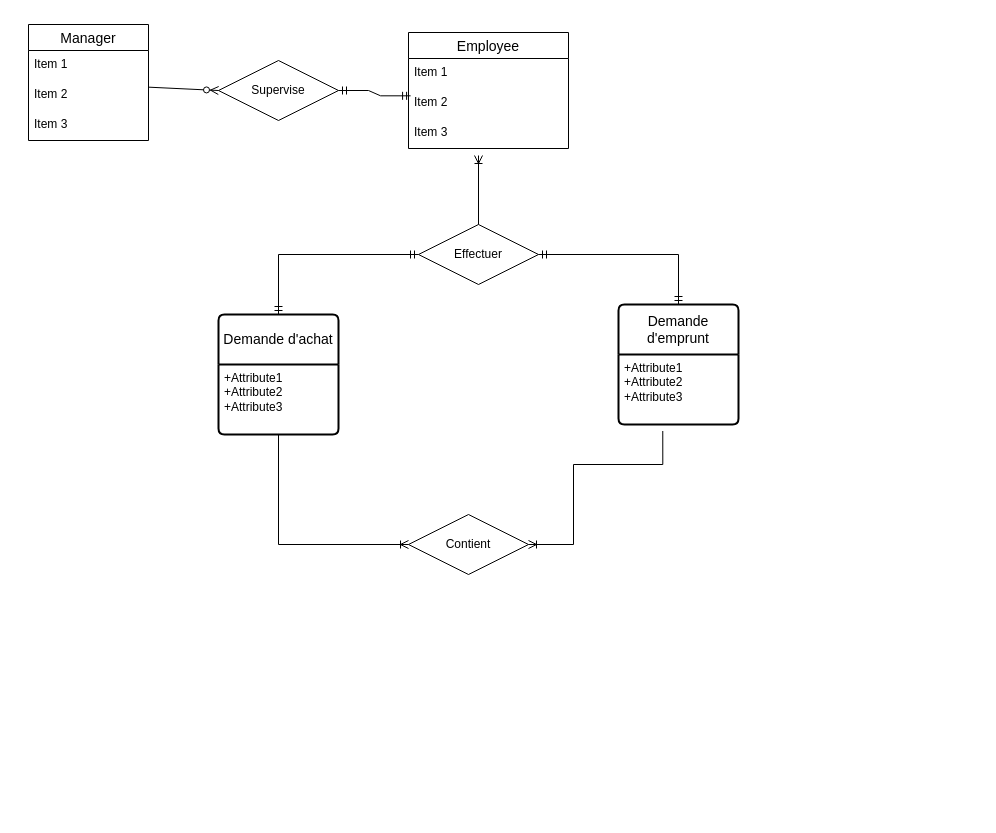
ManuSquall/analyzGraph keeps this draw.io diagram as use case.drawio. Above is the earlier version. Source tidied: cells renumbered, new cells numbered last; positions are measured from the earlier drawing's top-left corner, leaving out a move shared by most shapes. Both pictures are drawn from the tidied source at 100%, with x=0, y=0 at pixel (28, 24).
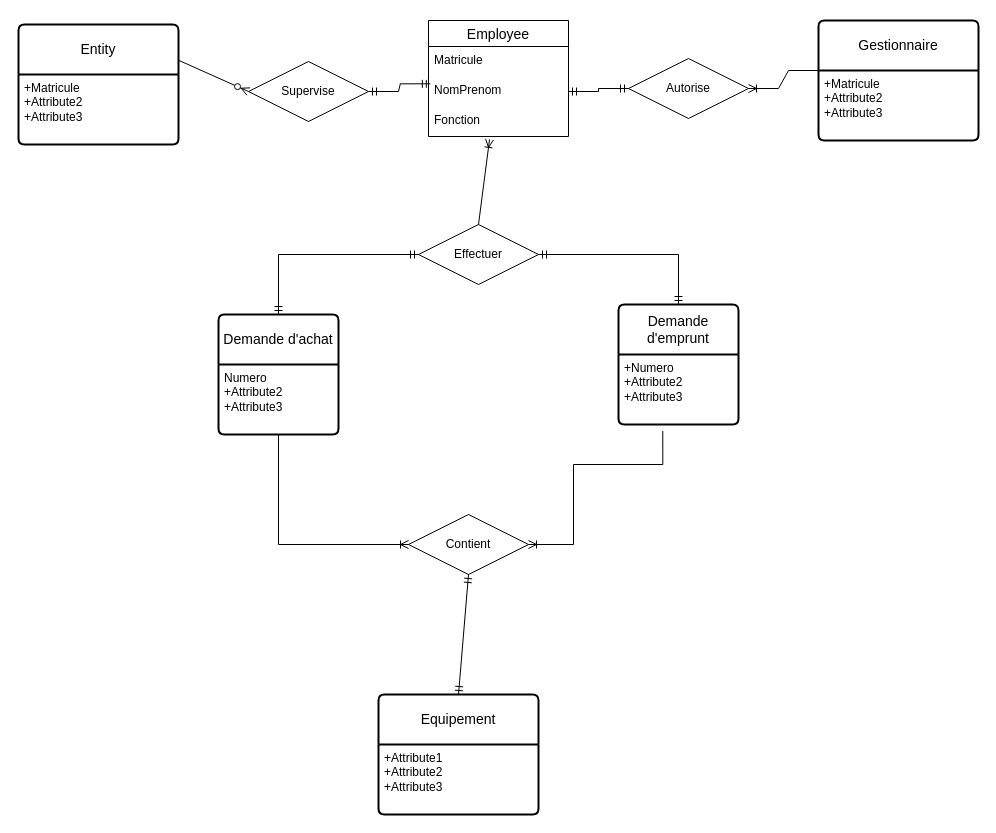
The same diagram, later.

Unchanged cells that the change refers to:
```xml
<mxCell id="13" value="Effectuer" style="shape=rhombus;perimeter=rhombusPerimeter;whiteSpace=wrap;html=1;align=center;" parent="1" vertex="1">
  <mxGeometry x="390" y="200" width="120" height="60" as="geometry" />
</mxCell>
<mxCell id="14" value="Demande d'emprunt" style="swimlane;horizontal=1;startSize=50;rounded=1;fontSize=14;fontStyle=0;strokeWidth=2;shadow=0;dashed=0;align=center;arcSize=4;whiteSpace=wrap;html=1;" parent="1" vertex="1">
  <mxGeometry x="590" y="280" width="120" height="120" as="geometry" />
</mxCell>
<mxCell id="16" value="Demande d'achat" style="swimlane;horizontal=1;startSize=50;rounded=1;fontSize=14;fontStyle=0;strokeWidth=2;shadow=0;dashed=0;align=center;arcSize=4;whiteSpace=wrap;html=1;" parent="1" vertex="1">
  <mxGeometry x="190" y="290" width="120" height="120" as="geometry" />
</mxCell>
<mxCell id="21" value="Contient" style="shape=rhombus;perimeter=rhombusPerimeter;whiteSpace=wrap;html=1;align=center;" parent="1" vertex="1">
  <mxGeometry x="380" y="490" width="120" height="60" as="geometry" />
</mxCell>
```

Change to the diagram source:
```diff
@@
-    <mxCell id="2" value="Manager" style="swimlane;fontStyle=0;horizontal=1;startSize=26;align=center;fontSize=14;" parent="1" vertex="1">
-      <mxGeometry width="120" height="116" as="geometry" />
-    </mxCell>
-    <mxCell id="3" value="Item 1" style="text;strokeColor=none;fillColor=none;spacingLeft=4;spacingRight=4;overflow=hidden;fontSize=12;whiteSpace=wrap;html=1;" parent="2" vertex="1">
-      <mxGeometry y="26" width="120" height="30" as="geometry" />
-    </mxCell>
-    <mxCell id="4" value="Item 2" style="text;strokeColor=none;fillColor=none;spacingLeft=4;spacingRight=4;overflow=hidden;points=[[0,0.5],[1,0.5]];portConstraint=eastwest;fontSize=12;whiteSpace=wrap;html=1;" parent="2" vertex="1">
-      <mxGeometry y="56" width="120" height="30" as="geometry" />
-    </mxCell>
-    <mxCell id="5" value="Item 3" style="text;strokeColor=none;fillColor=none;spacingLeft=4;spacingRight=4;overflow=hidden;fontSize=12;whiteSpace=wrap;html=1;" parent="2" vertex="1">
-      <mxGeometry y="86" width="120" height="30" as="geometry" />
-    </mxCell>
     <mxCell id="6" value="Supervise" style="shape=rhombus;perimeter=rhombusPerimeter;whiteSpace=wrap;html=1;align=center;" parent="1" vertex="1">
-      <mxGeometry x="190" y="36" width="120" height="60" as="geometry" />
+      <mxGeometry x="220" y="37" width="120" height="60" as="geometry" />
     </mxCell>
-    <mxCell id="7" style="fontSize=12;html=1;endArrow=ERzeroToMany;endFill=1;rounded=0;exitX=1;exitY=0.222;exitDx=0;exitDy=0;exitPerimeter=0;entryX=0;entryY=0.5;entryDx=0;entryDy=0;" parent="1" edge="1" source="4" target="6">
+    <mxCell id="7" style="fontSize=12;html=1;endArrow=ERzeroToMany;endFill=1;rounded=0;exitX=0.5;exitY=0;exitDx=0;exitDy=0;entryX=0;entryY=0.5;entryDx=0;entryDy=0;" parent="1" edge="1" source="32" target="6">
       <mxGeometry relative="1" as="geometry" />
     </mxCell>
     <mxCell id="8" value="Employee" style="swimlane;fontStyle=0;horizontal=1;startSize=26;align=center;fontSize=14;" parent="1" vertex="1">
-      <mxGeometry x="380" y="8" width="160" height="116" as="geometry" />
+      <mxGeometry x="400" y="-4" width="140" height="116" as="geometry" />
     </mxCell>
-    <mxCell id="9" value="Item 1" style="text;strokeColor=none;fillColor=none;spacingLeft=4;spacingRight=4;overflow=hidden;fontSize=12;whiteSpace=wrap;html=1;" parent="8" vertex="1">
-      <mxGeometry y="26" width="160" height="30" as="geometry" />
+    <mxCell id="9" value="Matricule" style="text;strokeColor=none;fillColor=none;spacingLeft=4;spacingRight=4;overflow=hidden;fontSize=12;whiteSpace=wrap;html=1;" parent="8" vertex="1">
+      <mxGeometry y="26" width="140" height="30" as="geometry" />
     </mxCell>
-    <mxCell id="10" value="Item 2" style="text;strokeColor=none;fillColor=none;spacingLeft=4;spacingRight=4;overflow=hidden;points=[[0,0.5],[1,0.5]];portConstraint=eastwest;fontSize=12;whiteSpace=wrap;html=1;" parent="8" vertex="1">
-      <mxGeometry y="56" width="160" height="30" as="geometry" />
+    <mxCell id="10" value="NomPrenom" style="text;strokeColor=none;fillColor=none;spacingLeft=4;spacingRight=4;overflow=hidden;points=[[0,0.5],[1,0.5]];portConstraint=eastwest;fontSize=12;whiteSpace=wrap;html=1;" parent="8" vertex="1">
+      <mxGeometry y="56" width="140" height="30" as="geometry" />
     </mxCell>
-    <mxCell id="11" value="Item 3" style="text;strokeColor=none;fillColor=none;spacingLeft=4;spacingRight=4;overflow=hidden;points=[[0,0.5],[1,0.5]];portConstraint=eastwest;fontSize=12;whiteSpace=wrap;html=1;" parent="8" vertex="1">
-      <mxGeometry y="86" width="160" height="30" as="geometry" />
+    <mxCell id="11" value="Fonction" style="text;strokeColor=none;fillColor=none;spacingLeft=4;spacingRight=4;overflow=hidden;points=[[0,0.5],[1,0.5]];portConstraint=eastwest;fontSize=12;whiteSpace=wrap;html=1;" parent="8" vertex="1">
+      <mxGeometry y="86" width="140" height="30" as="geometry" />
     </mxCell>
@@
-    <mxCell id="15" value="+Attribute1&#10;+Attribute2&#10;+Attribute3" style="align=left;strokeColor=none;fillColor=none;spacingLeft=4;fontSize=12;verticalAlign=top;html=1;" parent="14" vertex="1">
+    <mxCell id="15" value="+Numero&lt;br&gt;+Attribute2&lt;br&gt;+Attribute3" style="align=left;strokeColor=none;fillColor=none;spacingLeft=4;fontSize=12;verticalAlign=top;html=1;" parent="14" vertex="1">
       <mxGeometry y="50" width="120" height="70" as="geometry" />
     </mxCell>
@@
-    <mxCell id="17" value="+Attribute1&#10;+Attribute2&#10;+Attribute3" style="align=left;strokeColor=none;fillColor=none;spacingLeft=4;fontSize=12;verticalAlign=top;html=1;" parent="16" vertex="1">
+    <mxCell id="17" value="Numero&lt;div&gt;+Attribute2&lt;br&gt;+Attribute3&lt;/div&gt;" style="align=left;strokeColor=none;fillColor=none;spacingLeft=4;fontSize=12;verticalAlign=top;html=1;" parent="16" vertex="1">
       <mxGeometry y="50" width="120" height="70" as="geometry" />
     </mxCell>
-    <mxCell id="18" style="fontSize=12;html=1;endArrow=ERoneToMany;rounded=0;exitX=0.5;exitY=0;exitDx=0;exitDy=0;" parent="1" edge="1" source="13">
-      <mxGeometry relative="1" as="geometry">
-        <mxPoint x="450" y="131" as="targetPoint" />
-      </mxGeometry>
+    <mxCell id="18" style="fontSize=12;html=1;endArrow=ERoneToMany;rounded=0;exitX=0.5;exitY=0;exitDx=0;exitDy=0;entryX=0.436;entryY=1.097;entryDx=0;entryDy=0;entryPerimeter=0;" parent="1" edge="1" source="13" target="11">
+      <mxGeometry relative="1" as="geometry" />
     </mxCell>
@@
-    <mxCell id="22" style="edgeStyle=orthogonalEdgeStyle;fontSize=12;html=1;endArrow=ERoneToMany;rounded=0;exitX=0.5;exitY=1;exitDx=0;exitDy=0;entryX=0;entryY=0.5;entryDx=0;entryDy=0;" parent="1" edge="1" source="17" target="21">
+    <mxCell id="22" style="edgeStyle=orthogonalEdgeStyle;fontSize=12;html=1;endArrow=ERoneToMany;rounded=0;entryX=0;entryY=0.5;entryDx=0;entryDy=0;exitX=0.5;exitY=1;exitDx=0;exitDy=0;" parent="1" edge="1" source="17" target="21">
       <mxGeometry relative="1" as="geometry" />
     </mxCell>
@@
+    <mxCell id="24" style="fontSize=12;html=1;endArrow=ERmandOne;startArrow=ERmandOne;rounded=0;exitX=0.5;exitY=0;exitDx=0;exitDy=0;entryX=0.5;entryY=1;entryDx=0;entryDy=0;" parent="1" edge="1" source="30" target="21">
+      <mxGeometry relative="1" as="geometry" />
+    </mxCell>
+    <mxCell id="25" value="Autorise" style="shape=rhombus;perimeter=rhombusPerimeter;whiteSpace=wrap;html=1;align=center;" parent="1" vertex="1">
+      <mxGeometry x="600" y="34" width="120" height="60" as="geometry" />
+    </mxCell>
+    <mxCell id="26" style="edgeStyle=entityRelationEdgeStyle;fontSize=12;html=1;endArrow=ERmandOne;startArrow=ERmandOne;rounded=0;entryX=0;entryY=0.5;entryDx=0;entryDy=0;exitX=1;exitY=0.5;exitDx=0;exitDy=0;" parent="1" edge="1" source="10" target="25">
+      <mxGeometry relative="1" as="geometry" />
+    </mxCell>
+    <mxCell id="27" value="Gestionnaire" style="swimlane;horizontal=1;startSize=50;rounded=1;fontSize=14;fontStyle=0;strokeWidth=2;shadow=0;dashed=0;align=center;arcSize=4;whiteSpace=wrap;html=1;" parent="1" vertex="1">
+      <mxGeometry x="790" y="-4" width="160" height="120" as="geometry" />
+    </mxCell>
+    <mxCell id="28" value="+Matricule&lt;br&gt;+Attribute2&lt;br&gt;+Attribute3" style="align=left;strokeColor=none;fillColor=none;spacingLeft=4;fontSize=12;verticalAlign=top;html=1;" parent="27" vertex="1">
+      <mxGeometry y="50" width="160" height="70" as="geometry" />
+    </mxCell>
+    <mxCell id="29" style="edgeStyle=entityRelationEdgeStyle;fontSize=12;html=1;endArrow=ERoneToMany;rounded=0;entryX=1;entryY=0.5;entryDx=0;entryDy=0;exitX=0;exitY=0;exitDx=0;exitDy=0;" parent="1" edge="1" source="28" target="25">
+      <mxGeometry relative="1" as="geometry" />
+    </mxCell>
+    <mxCell id="30" value="Equipement" style="swimlane;horizontal=1;startSize=50;rounded=1;fontSize=14;fontStyle=0;strokeWidth=2;shadow=0;dashed=0;align=center;arcSize=4;whiteSpace=wrap;html=1;" parent="1" vertex="1">
+      <mxGeometry x="350" y="670" width="160" height="120" as="geometry" />
+    </mxCell>
+    <mxCell id="31" value="+Attribute1&#10;+Attribute2&#10;+Attribute3" style="align=left;strokeColor=none;fillColor=none;spacingLeft=4;fontSize=12;verticalAlign=top;html=1;" parent="30" vertex="1">
+      <mxGeometry y="50" width="160" height="70" as="geometry" />
+    </mxCell>
+    <mxCell id="32" value="Entity" style="swimlane;horizontal=1;startSize=50;rounded=1;fontSize=14;fontStyle=0;strokeWidth=2;shadow=0;dashed=0;align=center;arcSize=4;whiteSpace=wrap;html=1;" parent="1" vertex="1">
+      <mxGeometry x="-10" width="160" height="120" as="geometry" />
+    </mxCell>
+    <mxCell id="33" value="+Matricule&lt;br&gt;+Attribute2&lt;br&gt;+Attribute3" style="align=left;strokeColor=none;fillColor=none;spacingLeft=4;fontSize=12;verticalAlign=top;html=1;" parent="32" vertex="1">
+      <mxGeometry y="50" width="160" height="70" as="geometry" />
+    </mxCell>
```
